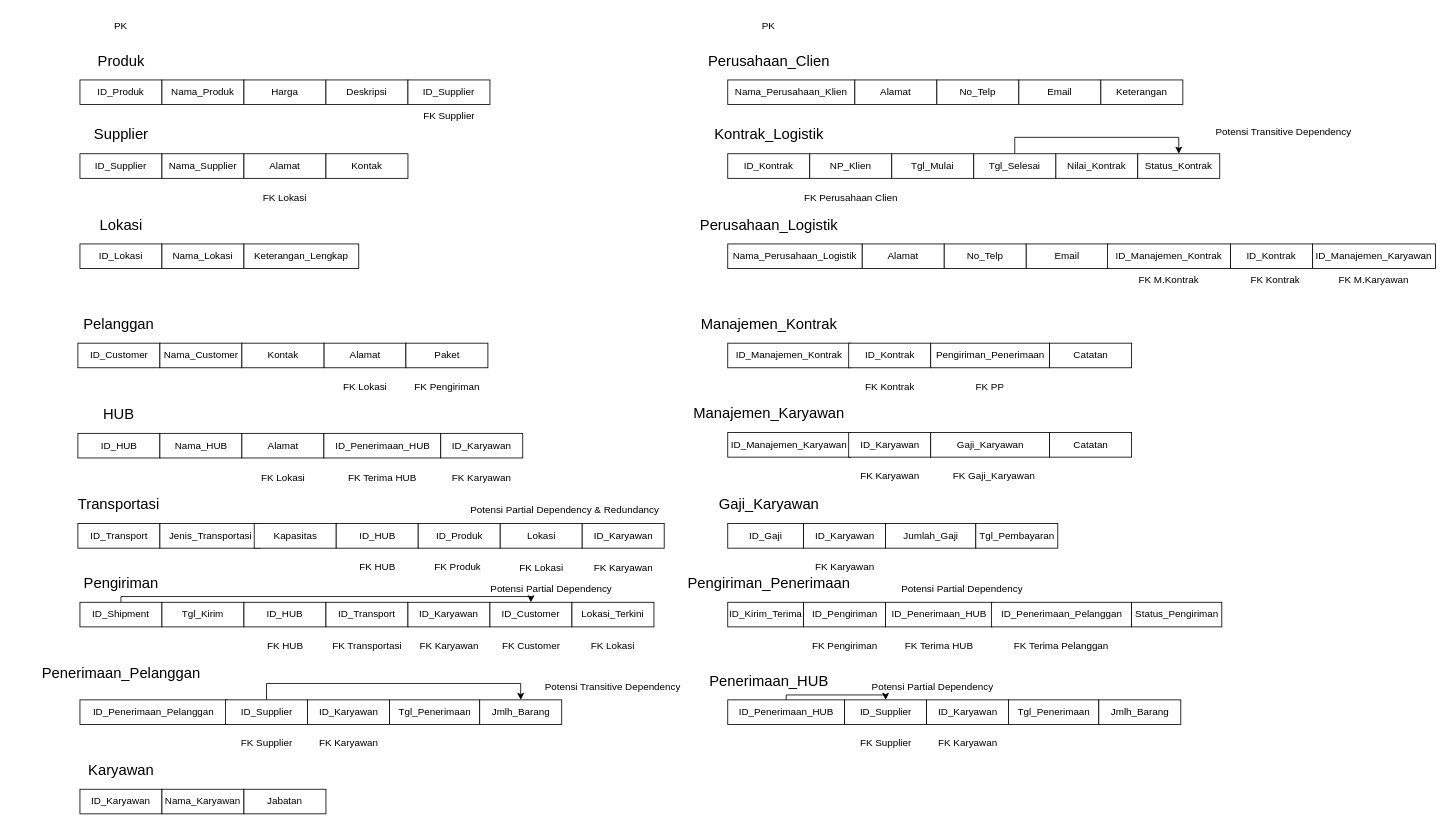
This is page "Schema Data Model" (2 of 11) of logistic-management-system.drawio from Firzh/semester-3, a draw.io file, before an edit. Source tidied: cells renumbered, new cells numbered last; positions are measured from the earlier drawing's top-left corner, leaving out a move shared by most shapes. Both pictures are drawn from the tidied source at 82%, with x=0, y=0 at pixel (14, 14).
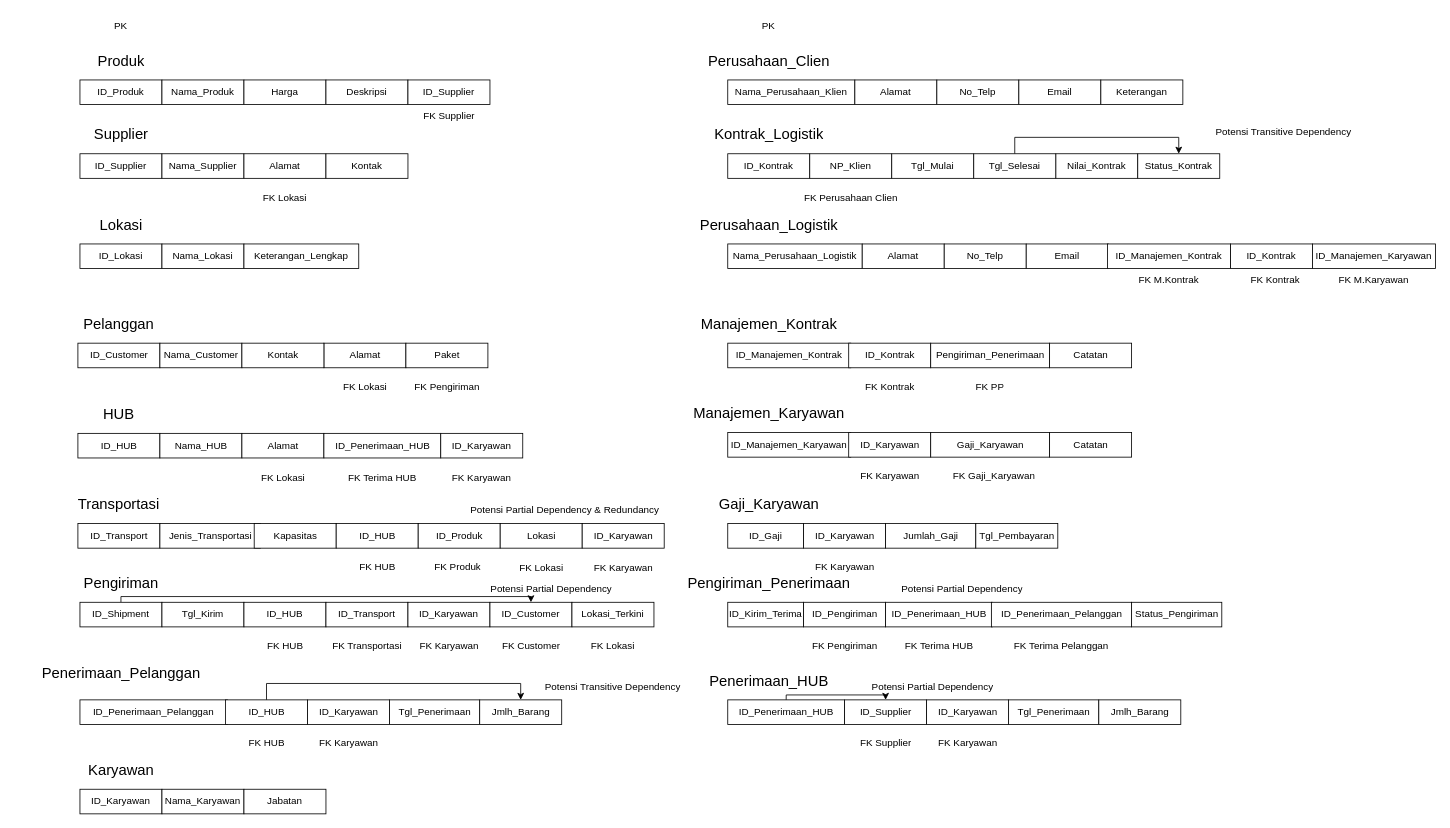
The same page after the edit.

Change to the diagram source:
```diff
@@
-    <mxCell id="136" value="ID_Supplier" style="whiteSpace=wrap;html=1;align=center;" parent="1" vertex="1">
+    <mxCell id="136" value="ID_HUB" style="whiteSpace=wrap;html=1;align=center;" parent="1" vertex="1">
       <mxGeometry x="257.5" y="836" width="100" height="30" as="geometry" />
     </mxCell>
@@
-    <mxCell id="138" value="FK Supplier" style="text;strokeColor=none;fillColor=none;spacingLeft=4;spacingRight=4;overflow=hidden;fontSize=12;whiteSpace=wrap;html=1;align=center;" parent="1" vertex="1">
+    <mxCell id="138" value="FK HUB" style="text;strokeColor=none;fillColor=none;spacingLeft=4;spacingRight=4;overflow=hidden;fontSize=12;whiteSpace=wrap;html=1;align=center;" parent="1" vertex="1">
       <mxGeometry x="258.8" y="875" width="97.5" height="30" as="geometry" />
     </mxCell>
```
